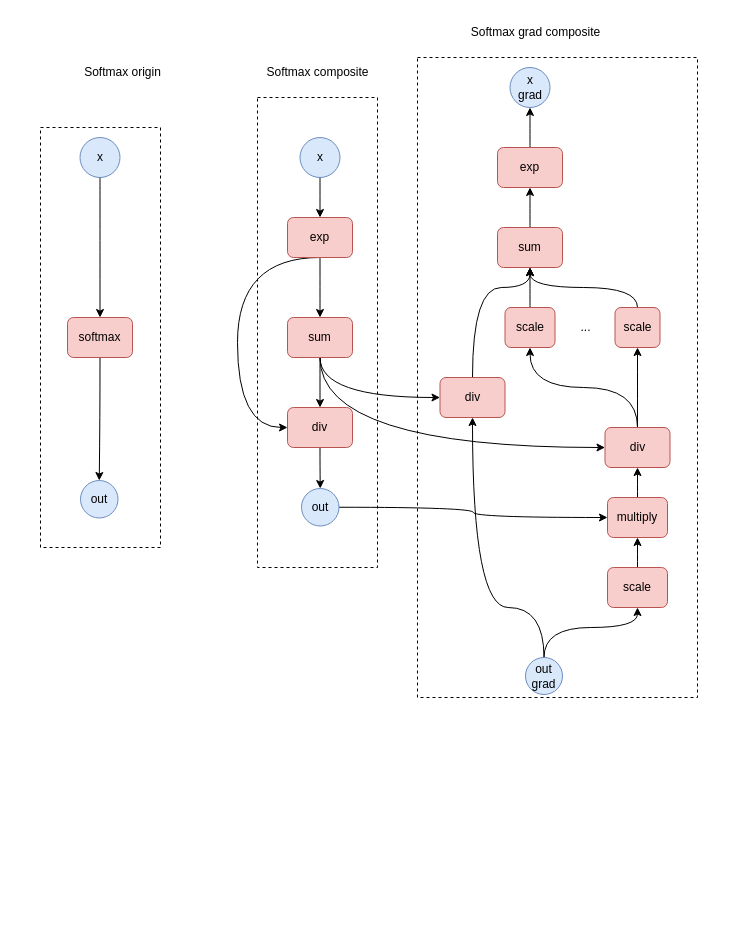
JiabinYang/Doc keeps this draw.io diagram as Untitled Diagram.drawio. Above is the earlier version. Source tidied: cells renumbered, new cells numbered last; positions are measured from the earlier drawing's top-left corner, leaving out a move shared by most shapes. Both pictures are drawn from the tidied source at 100%, with x=0, y=0 at pixel (40, 17).
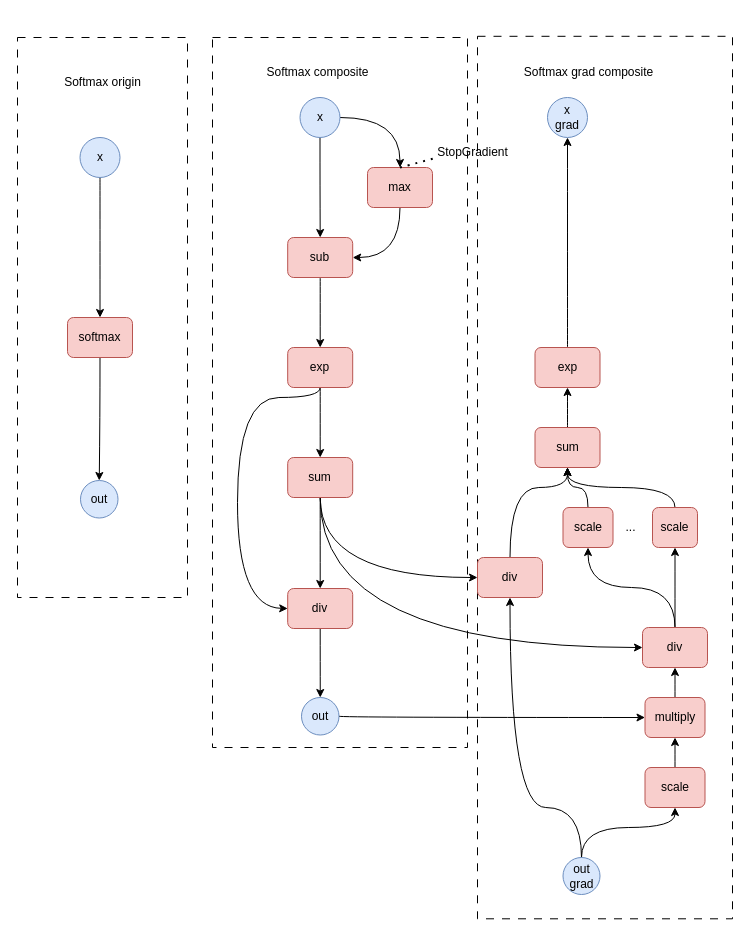
The same diagram, later.

What changed in the source:
```diff
@@
-    <mxCell id="2" style="rounded=0;whiteSpace=wrap;html=1;dashed=1;" parent="1" vertex="1">
-      <mxGeometry y="110" width="120" height="420" as="geometry" />
-    </mxCell>
-    <mxCell id="3" style="rounded=0;whiteSpace=wrap;html=1;dashed=1;" parent="1" vertex="1">
-      <mxGeometry x="377" y="40" width="280" height="640" as="geometry" />
-    </mxCell>
-    <mxCell id="4" style="rounded=0;whiteSpace=wrap;html=1;dashed=1;" parent="1" vertex="1">
-      <mxGeometry x="217" y="80" width="120" height="470" as="geometry" />
-    </mxCell>
-    <mxCell id="5" style="edgeStyle=orthogonalEdgeStyle;jettySize=auto;html=1;exitX=0.5;exitY=1;exitDx=0;exitDy=0;curved=1;" parent="1" edge="1" source="20" target="9">
-      <mxGeometry relative="1" as="geometry" />
-    </mxCell>
+    <mxCell id="48" style="rounded=0;whiteSpace=wrap;html=1;dashed=1;dashPattern=8 8;" parent="1" vertex="1">
+      <mxGeometry x="437" y="18.8" width="255" height="882.5" as="geometry" />
+    </mxCell>
+    <mxCell id="49" style="rounded=0;whiteSpace=wrap;html=1;dashed=1;dashPattern=8 8;" parent="1" vertex="1">
+      <mxGeometry x="172" y="20" width="255" height="710" as="geometry" />
+    </mxCell>
+    <mxCell id="50" style="rounded=0;whiteSpace=wrap;html=1;dashed=1;dashPattern=8 8;" parent="1" vertex="1">
+      <mxGeometry x="-23" y="20" width="170" height="560" as="geometry" />
+    </mxCell>
     <mxCell id="6" style="edgeStyle=orthogonalEdgeStyle;jettySize=auto;html=1;exitX=0.5;exitY=1;exitDx=0;exitDy=0;entryX=0;entryY=0.5;entryDx=0;entryDy=0;curved=1;" parent="1" edge="1" source="9" target="14">
       <mxGeometry relative="1" as="geometry">
         <Array as="points">
-          <mxPoint x="197" y="240" />
-          <mxPoint x="197" y="410" />
+          <mxPoint x="197" y="380" />
+          <mxPoint x="197" y="590" />
         </Array>
       </mxGeometry>
     </mxCell>
@@
     <mxCell id="8" style="edgeStyle=orthogonalEdgeStyle;jettySize=auto;html=1;exitX=0.5;exitY=1;exitDx=0;exitDy=0;entryX=0;entryY=0.5;entryDx=0;entryDy=0;curved=1;" parent="1" edge="1" source="12" target="32">
       <mxGeometry relative="1" as="geometry">
         <Array as="points">
-          <mxPoint x="280" y="380" />
+          <mxPoint x="280" y="560" />
         </Array>
       </mxGeometry>
     </mxCell>
     <mxCell id="9" value="exp" style="rounded=1;whiteSpace=wrap;html=1;fillColor=#f8cecc;strokeColor=#b85450;" parent="1" vertex="1">
-      <mxGeometry x="247" y="200" width="65" height="40" as="geometry" />
+      <mxGeometry x="247.2" y="330" width="65" height="40" as="geometry" />
     </mxCell>
@@
     <mxCell id="12" value="sum" style="rounded=1;whiteSpace=wrap;html=1;fillColor=#f8cecc;strokeColor=#b85450;" parent="1" vertex="1">
-      <mxGeometry x="247" y="300" width="65" height="40" as="geometry" />
+      <mxGeometry x="247.2" y="440" width="65" height="40" as="geometry" />
     </mxCell>
@@
     <mxCell id="14" value="div" style="rounded=1;whiteSpace=wrap;html=1;fillColor=#f8cecc;strokeColor=#b85450;" parent="1" vertex="1">
-      <mxGeometry x="247" y="390" width="65" height="40" as="geometry" />
+      <mxGeometry x="247.2" y="571" width="65" height="40" as="geometry" />
     </mxCell>
@@
+    <mxCell id="51" style="edgeStyle=orthogonalEdgeStyle;curved=1;jettySize=auto;html=1;exitX=1;exitY=0.5;exitDx=0;exitDy=0;" parent="1" edge="1" source="20" target="54">
+      <mxGeometry relative="1" as="geometry" />
+    </mxCell>
+    <mxCell id="52" style="edgeStyle=orthogonalEdgeStyle;curved=1;jettySize=auto;html=1;exitX=0.5;exitY=1;exitDx=0;exitDy=0;entryX=0.5;entryY=0;entryDx=0;entryDy=0;" parent="1" edge="1" source="20" target="56">
+      <mxGeometry relative="1" as="geometry" />
+    </mxCell>
     <mxCell id="20" value="x" style="ellipse;whiteSpace=wrap;html=1;fillColor=#dae8fc;strokeColor=#6c8ebf;" parent="1" vertex="1">
-      <mxGeometry x="259.5" y="120" width="40" height="40" as="geometry" />
+      <mxGeometry x="259.5" y="80" width="40" height="40" as="geometry" />
     </mxCell>
     <mxCell id="21" style="edgeStyle=orthogonalEdgeStyle;curved=1;jettySize=auto;html=1;exitX=1;exitY=0.5;exitDx=0;exitDy=0;entryX=0;entryY=0.5;entryDx=0;entryDy=0;" parent="1" edge="1" source="22" target="36">
-      <mxGeometry relative="1" as="geometry" />
+      <mxGeometry relative="1" as="geometry">
+        <Array as="points">
+          <mxPoint x="299" y="700" />
+        </Array>
+      </mxGeometry>
     </mxCell>
     <mxCell id="22" value="out" style="ellipse;whiteSpace=wrap;html=1;fillColor=#dae8fc;strokeColor=#6c8ebf;" parent="1" vertex="1">
-      <mxGeometry x="261" y="471" width="37.5" height="37.5" as="geometry" />
+      <mxGeometry x="261" y="680" width="37.5" height="37.5" as="geometry" />
     </mxCell>
@@
     <mxCell id="24" value="exp" style="rounded=1;whiteSpace=wrap;html=1;fillColor=#f8cecc;strokeColor=#b85450;" parent="1" vertex="1">
-      <mxGeometry x="457" y="130" width="65" height="40" as="geometry" />
+      <mxGeometry x="494.5" y="330" width="65" height="40" as="geometry" />
     </mxCell>
@@
     <mxCell id="26" value="scale" style="rounded=1;whiteSpace=wrap;html=1;fillColor=#f8cecc;strokeColor=#b85450;" parent="1" vertex="1">
-      <mxGeometry x="464.5" y="290" width="50" height="40" as="geometry" />
+      <mxGeometry x="522.5" y="490" width="50" height="40" as="geometry" />
     </mxCell>
     <mxCell id="27" value="x&lt;br&gt;grad" style="ellipse;whiteSpace=wrap;html=1;fillColor=#dae8fc;strokeColor=#6c8ebf;" parent="1" vertex="1">
-      <mxGeometry x="469.5" y="50" width="40" height="40" as="geometry" />
+      <mxGeometry x="507" y="80" width="40" height="40" as="geometry" />
     </mxCell>
     <mxCell id="28" style="edgeStyle=orthogonalEdgeStyle;curved=1;jettySize=auto;html=1;exitX=0.5;exitY=0;exitDx=0;exitDy=0;entryX=0.5;entryY=1;entryDx=0;entryDy=0;" parent="1" edge="1" source="30" target="32">
       <mxGeometry relative="1" as="geometry">
         <Array as="points">
-          <mxPoint x="504" y="590" />
-          <mxPoint x="432" y="590" />
+          <mxPoint x="541.5" y="790" />
+          <mxPoint x="469.5" y="790" />
         </Array>
       </mxGeometry>
     </mxCell>
     <mxCell id="29" style="edgeStyle=orthogonalEdgeStyle;curved=1;jettySize=auto;html=1;exitX=0.5;exitY=0;exitDx=0;exitDy=0;entryX=0.5;entryY=1;entryDx=0;entryDy=0;" parent="1" edge="1" source="30" target="34">
       <mxGeometry relative="1" as="geometry">
         <Array as="points">
-          <mxPoint x="504" y="610" />
-          <mxPoint x="597" y="610" />
+          <mxPoint x="541.5" y="810" />
+          <mxPoint x="634.5" y="810" />
         </Array>
       </mxGeometry>
     </mxCell>
     <mxCell id="30" value="out&lt;br&gt;grad" style="ellipse;whiteSpace=wrap;html=1;fillColor=#dae8fc;strokeColor=#6c8ebf;" parent="1" vertex="1">
-      <mxGeometry x="485" y="640" width="37" height="37" as="geometry" />
+      <mxGeometry x="522.5" y="840" width="37" height="37" as="geometry" />
     </mxCell>
     <mxCell id="31" style="edgeStyle=orthogonalEdgeStyle;curved=1;jettySize=auto;html=1;exitX=0.5;exitY=0;exitDx=0;exitDy=0;entryX=0.5;entryY=1;entryDx=0;entryDy=0;" parent="1" edge="1" source="32" target="41">
       <mxGeometry relative="1" as="geometry">
         <Array as="points">
-          <mxPoint x="432" y="270" />
-          <mxPoint x="490" y="270" />
+          <mxPoint x="469.5" y="470" />
+          <mxPoint x="527.5" y="470" />
         </Array>
       </mxGeometry>
     </mxCell>
     <mxCell id="32" value="div" style="rounded=1;whiteSpace=wrap;html=1;fillColor=#f8cecc;strokeColor=#b85450;" parent="1" vertex="1">
-      <mxGeometry x="399.5" y="360" width="65" height="40" as="geometry" />
+      <mxGeometry x="437" y="540" width="65" height="40" as="geometry" />
     </mxCell>
@@
     <mxCell id="34" value="scale" style="rounded=1;whiteSpace=wrap;html=1;fillColor=#f8cecc;strokeColor=#b85450;" parent="1" vertex="1">
-      <mxGeometry x="567" y="550" width="60" height="40" as="geometry" />
+      <mxGeometry x="604.5" y="750" width="60" height="40" as="geometry" />
     </mxCell>
@@
     <mxCell id="36" value="multiply" style="rounded=1;whiteSpace=wrap;html=1;fillColor=#f8cecc;strokeColor=#b85450;" parent="1" vertex="1">
-      <mxGeometry x="567" y="480" width="60" height="40" as="geometry" />
+      <mxGeometry x="604.5" y="680" width="60" height="40" as="geometry" />
     </mxCell>
@@
     <mxCell id="39" value="div" style="rounded=1;whiteSpace=wrap;html=1;fillColor=#f8cecc;strokeColor=#b85450;" parent="1" vertex="1">
-      <mxGeometry x="564.5" y="410" width="65" height="40" as="geometry" />
+      <mxGeometry x="602" y="610" width="65" height="40" as="geometry" />
     </mxCell>
@@
     <mxCell id="41" value="sum" style="rounded=1;whiteSpace=wrap;html=1;fillColor=#f8cecc;strokeColor=#b85450;" parent="1" vertex="1">
-      <mxGeometry x="457" y="210" width="65" height="40" as="geometry" />
+      <mxGeometry x="494.5" y="410" width="65" height="40" as="geometry" />
     </mxCell>
@@
     <mxCell id="43" value="scale" style="rounded=1;whiteSpace=wrap;html=1;fillColor=#f8cecc;strokeColor=#b85450;" parent="1" vertex="1">
-      <mxGeometry x="574.5" y="290" width="45" height="40" as="geometry" />
+      <mxGeometry x="612" y="490" width="45" height="40" as="geometry" />
     </mxCell>
     <mxCell id="44" value="..." style="text;html=1;align=center;verticalAlign=middle;strokeColor=none;fillColor=none;" parent="1" vertex="1">
-      <mxGeometry x="529.5" y="295" width="30" height="30" as="geometry" />
+      <mxGeometry x="574.5" y="495" width="30" height="30" as="geometry" />
     </mxCell>
@@
     <mxCell id="46" value="Softmax origin" style="text;html=1;align=center;verticalAlign=middle;strokeColor=none;fillColor=none;" parent="1" vertex="1">
-      <mxGeometry x="32" y="40" width="100" height="30" as="geometry" />
+      <mxGeometry x="12" y="50" width="100" height="30" as="geometry" />
     </mxCell>
     <mxCell id="47" value="Softmax grad composite" style="text;html=1;align=center;verticalAlign=middle;strokeColor=none;fillColor=none;" parent="1" vertex="1">
-      <mxGeometry x="419.5" width="150" height="30" as="geometry" />
+      <mxGeometry x="472.5" y="40" width="150" height="30" as="geometry" />
     </mxCell>
+    <mxCell id="53" style="edgeStyle=orthogonalEdgeStyle;curved=1;jettySize=auto;html=1;exitX=0.5;exitY=1;exitDx=0;exitDy=0;entryX=1;entryY=0.5;entryDx=0;entryDy=0;" parent="1" edge="1" source="54" target="56">
+      <mxGeometry relative="1" as="geometry" />
+    </mxCell>
+    <mxCell id="54" value="max" style="rounded=1;whiteSpace=wrap;html=1;fillColor=#f8cecc;strokeColor=#b85450;" parent="1" vertex="1">
+      <mxGeometry x="327" y="150" width="65" height="40" as="geometry" />
+    </mxCell>
+    <mxCell id="55" style="edgeStyle=orthogonalEdgeStyle;curved=1;jettySize=auto;html=1;exitX=0.5;exitY=1;exitDx=0;exitDy=0;entryX=0.5;entryY=0;entryDx=0;entryDy=0;" parent="1" edge="1" source="56" target="9">
+      <mxGeometry relative="1" as="geometry" />
+    </mxCell>
+    <mxCell id="56" value="sub" style="rounded=1;whiteSpace=wrap;html=1;fillColor=#f8cecc;strokeColor=#b85450;" parent="1" vertex="1">
+      <mxGeometry x="247.2" y="220" width="65" height="40" as="geometry" />
+    </mxCell>
+    <mxCell id="57" style="endArrow=none;dashed=1;html=1;dashPattern=1 3;strokeWidth=2;curved=1;exitX=0.5;exitY=0;exitDx=0;exitDy=0;" parent="1" edge="1" source="54">
+      <mxGeometry relative="1" as="geometry">
+        <mxPoint x="397" y="140" as="targetPoint" />
+      </mxGeometry>
+    </mxCell>
+    <mxCell id="58" value="StopGradient" style="text;html=1;align=center;verticalAlign=middle;strokeColor=none;fillColor=none;" parent="1" vertex="1">
+      <mxGeometry x="387" y="120" width="90" height="30" as="geometry" />
+    </mxCell>
```
